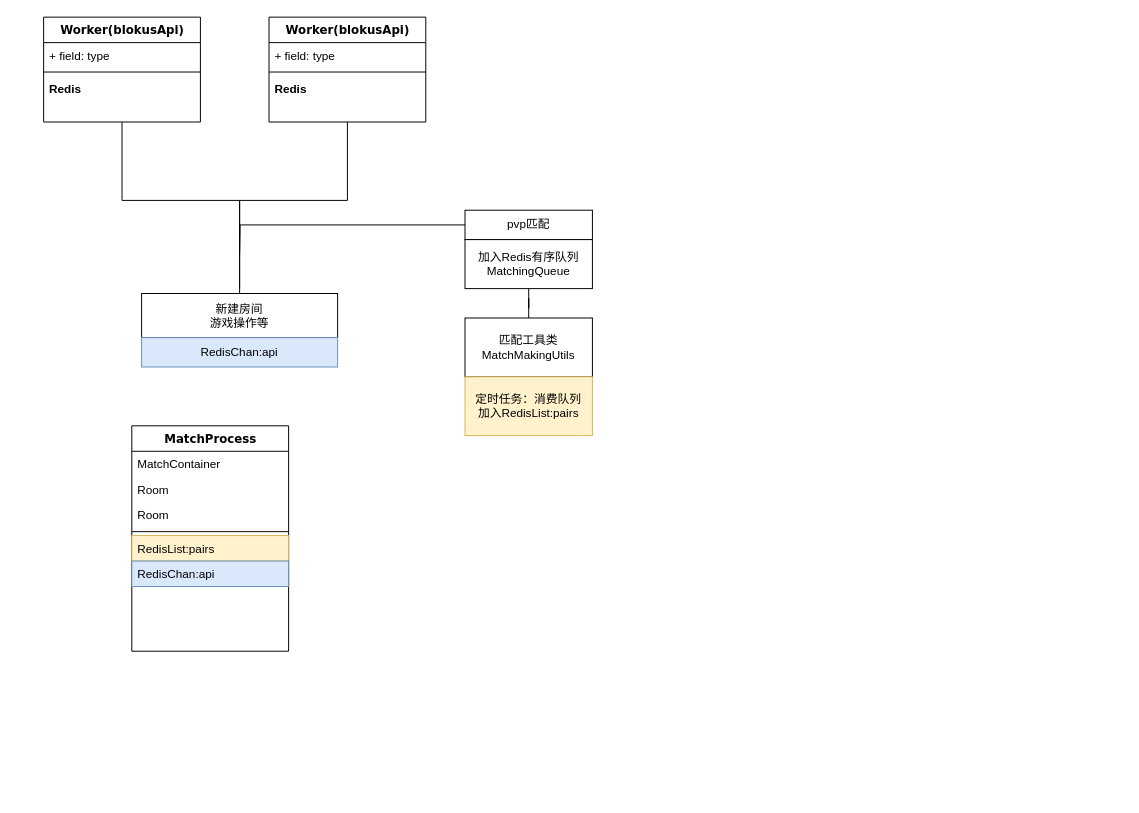
The draw.io diagram Untitled Diagram.drawio in GraciousVertex32/test, before the edit. Source tidied: cells renumbered, new cells numbered last; positions are measured from the earlier drawing's top-left corner, leaving out a move shared by most shapes. Both pictures are drawn from the tidied source at 98%, with x=0, y=0 at pixel (43, 17).
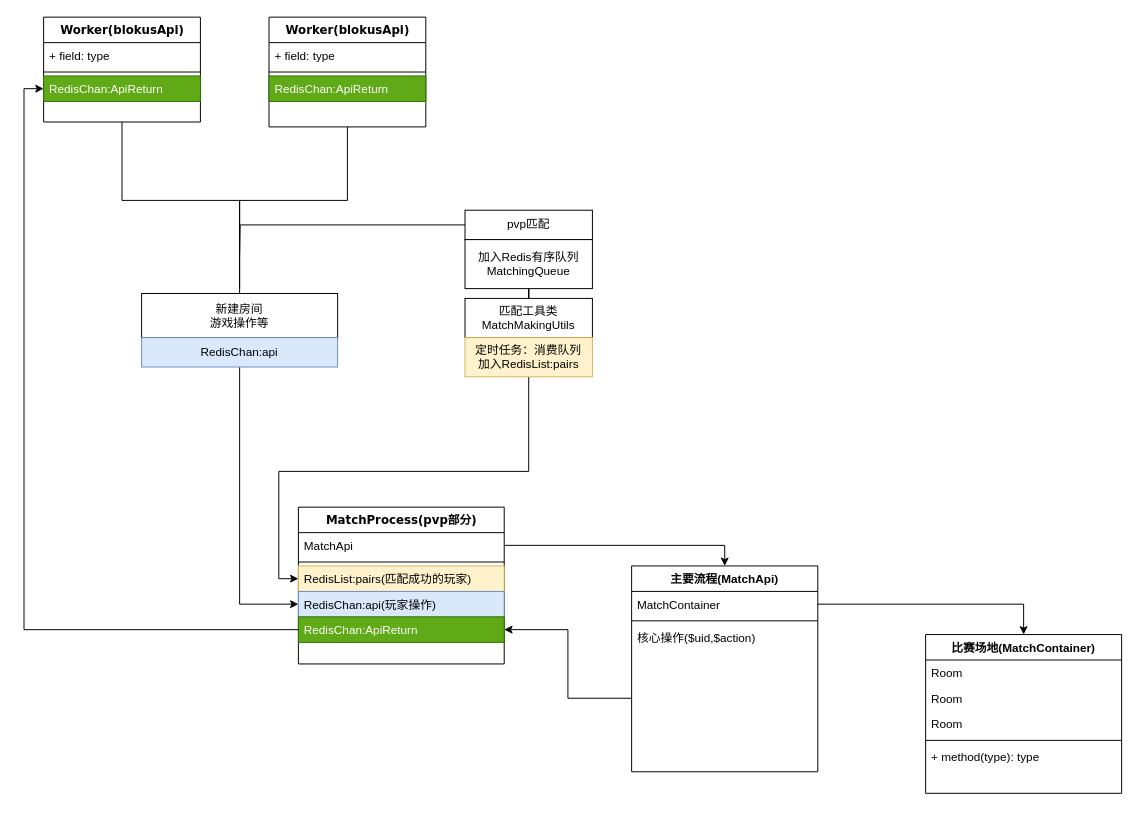
The same diagram, later.

The change refers to these unchanged cells:
```xml
<mxCell id="3" value="Worker(blokusApi)" style="swimlane;html=1;fontStyle=1;align=center;verticalAlign=top;horizontal=1;startSize=26;swimlaneFillColor=#ffffff;rounded=0;shadow=0;comic=0;labelBackgroundColor=none;strokeWidth=1;fillColor=none;fontFamily=Verdana;fontSize=12;" parent="1" vertex="1">
  <mxGeometry width="160" height="107" as="geometry" />
</mxCell>
<mxCell id="20" value="RedisChan:api" style="rounded=0;whiteSpace=wrap;html=1;fillColor=#dae8fc;strokeColor=#6c8ebf;" parent="1" vertex="1">
  <mxGeometry x="100" y="327" width="200" height="30" as="geometry" />
</mxCell>
```

Change to the diagram source:
```diff
@@
-    <mxCell id="6" value="&lt;b&gt;Redis&lt;/b&gt;&amp;nbsp;" style="text;html=1;strokeColor=none;fillColor=none;align=left;verticalAlign=top;spacingLeft=4;spacingRight=4;whiteSpace=wrap;overflow=hidden;points=[[0,0.5],[1,0.5]];portConstraint=eastwest;" parent="3" vertex="1">
+    <mxCell id="6" value="RedisChan:ApiReturn" style="text;html=1;strokeColor=#2D7600;fillColor=#60a917;align=left;verticalAlign=top;spacingLeft=4;spacingRight=4;whiteSpace=wrap;overflow=hidden;points=[[0,0.5],[1,0.5]];portConstraint=eastwest;fontColor=#ffffff;" parent="3" vertex="1">
       <mxGeometry y="60" width="160" height="26" as="geometry" />
     </mxCell>
-    <mxCell id="7" value="MatchProcess" style="swimlane;html=1;fontStyle=1;align=center;verticalAlign=top;horizontal=1;startSize=26;swimlaneFillColor=#ffffff;rounded=0;shadow=0;comic=0;labelBackgroundColor=none;strokeWidth=1;fillColor=none;fontFamily=Verdana;fontSize=12;" parent="1" vertex="1">
-      <mxGeometry x="90" y="417" width="160" height="230" as="geometry" />
+    <mxCell id="7" value="MatchProcess(pvp部分)" style="swimlane;html=1;fontStyle=1;align=center;verticalAlign=top;horizontal=1;startSize=26;swimlaneFillColor=#ffffff;rounded=0;shadow=0;comic=0;labelBackgroundColor=none;strokeWidth=1;fillColor=none;fontFamily=Verdana;fontSize=12;" parent="1" vertex="1">
+      <mxGeometry x="260" y="500" width="210" height="160" as="geometry" />
     </mxCell>
-    <mxCell id="8" value="MatchContainer" style="text;html=1;strokeColor=none;fillColor=none;align=left;verticalAlign=top;spacingLeft=4;spacingRight=4;whiteSpace=wrap;overflow=hidden;points=[[0,0.5],[1,0.5]];portConstraint=eastwest;" parent="7" vertex="1">
-      <mxGeometry y="26" width="160" height="26" as="geometry" />
+    <mxCell id="8" value="MatchApi" style="text;html=1;strokeColor=none;fillColor=none;align=left;verticalAlign=top;spacingLeft=4;spacingRight=4;whiteSpace=wrap;overflow=hidden;points=[[0,0.5],[1,0.5]];portConstraint=eastwest;" parent="7" vertex="1">
+      <mxGeometry y="26" width="210" height="26" as="geometry" />
     </mxCell>
-    <mxCell id="9" value="Room" style="text;html=1;strokeColor=none;fillColor=none;align=left;verticalAlign=top;spacingLeft=4;spacingRight=4;whiteSpace=wrap;overflow=hidden;" parent="7" vertex="1">
-      <mxGeometry y="52" width="160" height="26" as="geometry" />
-    </mxCell>
-    <mxCell id="10" value="Room" style="text;html=1;strokeColor=none;fillColor=none;align=left;verticalAlign=top;spacingLeft=4;spacingRight=4;whiteSpace=wrap;overflow=hidden;" parent="7" vertex="1">
-      <mxGeometry y="78" width="160" height="26" as="geometry" />
-    </mxCell>
     <mxCell id="11" style="line;html=1;strokeWidth=1;fillColor=none;align=left;verticalAlign=middle;spacingTop=-1;spacingLeft=3;spacingRight=3;labelPosition=right;" parent="7" vertex="1">
-      <mxGeometry y="104" width="160" height="8" as="geometry" />
+      <mxGeometry y="52" width="210" height="8" as="geometry" />
     </mxCell>
-    <mxCell id="12" value="RedisList:pairs" style="text;html=1;strokeColor=#d6b656;fillColor=#fff2cc;align=left;verticalAlign=top;spacingLeft=4;spacingRight=4;whiteSpace=wrap;overflow=hidden;points=[[0,0.5],[1,0.5]];portConstraint=eastwest;" parent="7" vertex="1">
-      <mxGeometry y="112" width="160" height="26" as="geometry" />
+    <mxCell id="12" value="RedisList:pairs(匹配成功的玩家)" style="text;html=1;strokeColor=#d6b656;fillColor=#fff2cc;align=left;verticalAlign=top;spacingLeft=4;spacingRight=4;whiteSpace=wrap;overflow=hidden;points=[[0,0.5],[1,0.5]];portConstraint=eastwest;" parent="7" vertex="1">
+      <mxGeometry y="60" width="210" height="26" as="geometry" />
     </mxCell>
-    <mxCell id="13" value="RedisChan:api" style="text;html=1;strokeColor=#6c8ebf;fillColor=#dae8fc;align=left;verticalAlign=top;spacingLeft=4;spacingRight=4;whiteSpace=wrap;overflow=hidden;points=[[0,0.5],[1,0.5]];portConstraint=eastwest;" parent="7" vertex="1">
-      <mxGeometry y="138" width="160" height="26" as="geometry" />
+    <mxCell id="13" value="RedisChan:api(玩家操作)" style="text;html=1;strokeColor=#6c8ebf;fillColor=#dae8fc;align=left;verticalAlign=top;spacingLeft=4;spacingRight=4;whiteSpace=wrap;overflow=hidden;points=[[0,0.5],[1,0.5]];portConstraint=eastwest;" parent="7" vertex="1">
+      <mxGeometry y="86" width="210" height="26" as="geometry" />
     </mxCell>
+    <mxCell id="27" value="&lt;span style=&quot;color: rgb(255 , 255 , 255)&quot;&gt;RedisChan:ApiReturn&lt;/span&gt;" style="text;html=1;strokeColor=#2D7600;fillColor=#60a917;align=left;verticalAlign=top;spacingLeft=4;spacingRight=4;whiteSpace=wrap;overflow=hidden;points=[[0,0.5],[1,0.5]];portConstraint=eastwest;fontColor=#ffffff;" parent="7" vertex="1">
+      <mxGeometry y="112" width="210" height="26" as="geometry" />
+    </mxCell>
@@
     <mxCell id="16" value="Worker(blokusApi)" style="swimlane;html=1;fontStyle=1;align=center;verticalAlign=top;horizontal=1;startSize=26;swimlaneFillColor=#ffffff;rounded=0;shadow=0;comic=0;labelBackgroundColor=none;strokeWidth=1;fillColor=none;fontFamily=Verdana;fontSize=12;" parent="1" vertex="1">
-      <mxGeometry x="230" width="160" height="107" as="geometry" />
+      <mxGeometry x="230" width="160" height="112" as="geometry" />
     </mxCell>
@@
-    <mxCell id="19" value="&lt;b&gt;Redis&lt;/b&gt;&amp;nbsp;" style="text;html=1;strokeColor=none;fillColor=none;align=left;verticalAlign=top;spacingLeft=4;spacingRight=4;whiteSpace=wrap;overflow=hidden;" parent="16" vertex="1">
-      <mxGeometry y="60" width="160" height="26" as="geometry" />
-    </mxCell>
+    <mxCell id="28" value="RedisChan:ApiReturn" style="text;html=1;strokeColor=#2D7600;fillColor=#60a917;align=left;verticalAlign=top;spacingLeft=4;spacingRight=4;whiteSpace=wrap;overflow=hidden;fontColor=#ffffff;" parent="16" vertex="1">
+      <mxGeometry y="60" width="160" height="26" as="geometry" />
+    </mxCell>
+    <mxCell id="29" style="edgeStyle=orthogonalEdgeStyle;rounded=0;jettySize=auto;html=1;entryX=0;entryY=0.5;entryDx=0;entryDy=0;endArrow=classic;endFill=1;" parent="1" edge="1" source="20" target="13">
+      <mxGeometry relative="1" as="geometry" />
+    </mxCell>
@@
     <mxCell id="25" value="匹配工具类&lt;br&gt;MatchMakingUtils" style="rounded=0;whiteSpace=wrap;html=1;" parent="1" vertex="1">
-      <mxGeometry x="430" y="307" width="130" height="60" as="geometry" />
+      <mxGeometry x="430" y="287" width="130" height="40" as="geometry" />
     </mxCell>
+    <mxCell id="30" style="edgeStyle=orthogonalEdgeStyle;rounded=0;jettySize=auto;html=1;entryX=0;entryY=0.5;entryDx=0;entryDy=0;endArrow=classic;endFill=1;" parent="1" edge="1" source="26" target="12">
+      <mxGeometry relative="1" as="geometry" />
+    </mxCell>
     <mxCell id="26" value="定时任务：消费队列&lt;br&gt;加入RedisList:pairs" style="rounded=0;whiteSpace=wrap;html=1;fillColor=#fff2cc;strokeColor=#d6b656;" parent="1" vertex="1">
-      <mxGeometry x="430" y="367" width="130" height="60" as="geometry" />
+      <mxGeometry x="430" y="327" width="130" height="40" as="geometry" />
     </mxCell>
+    <mxCell id="31" value="主要流程(MatchApi)" style="swimlane;fontStyle=1;align=center;verticalAlign=top;horizontal=1;startSize=26;" parent="1" vertex="1">
+      <mxGeometry x="600" y="560" width="190" height="210" as="geometry" />
+    </mxCell>
+    <mxCell id="32" value="MatchContainer" style="text;strokeColor=none;fillColor=none;align=left;verticalAlign=top;spacingLeft=4;spacingRight=4;overflow=hidden;points=[[0,0.5],[1,0.5]];portConstraint=eastwest;" parent="31" vertex="1">
+      <mxGeometry y="26" width="190" height="26" as="geometry" />
+    </mxCell>
+    <mxCell id="33" style="line;strokeWidth=1;fillColor=none;align=left;verticalAlign=middle;spacingTop=-1;spacingLeft=3;spacingRight=3;labelPosition=right;" parent="31" vertex="1">
+      <mxGeometry y="52" width="190" height="8" as="geometry" />
+    </mxCell>
+    <mxCell id="34" value="核心操作($uid,$action)" style="text;strokeColor=none;fillColor=none;align=left;verticalAlign=top;spacingLeft=4;spacingRight=4;overflow=hidden;points=[[0,0.5],[1,0.5]];portConstraint=eastwest;" parent="31" vertex="1">
+      <mxGeometry y="60" width="190" height="150" as="geometry" />
+    </mxCell>
+    <mxCell id="35" value="比赛场地(MatchContainer)" style="swimlane;fontStyle=1;align=center;verticalAlign=top;horizontal=1;startSize=26;" parent="1" vertex="1">
+      <mxGeometry x="900" y="630" width="200" height="162" as="geometry" />
+    </mxCell>
+    <mxCell id="36" value="Room" style="text;strokeColor=none;fillColor=none;align=left;verticalAlign=top;spacingLeft=4;spacingRight=4;overflow=hidden;" parent="35" vertex="1">
+      <mxGeometry y="26" width="200" height="26" as="geometry" />
+    </mxCell>
+    <mxCell id="37" value="Room" style="text;strokeColor=none;fillColor=none;align=left;verticalAlign=top;spacingLeft=4;spacingRight=4;overflow=hidden;" parent="35" vertex="1">
+      <mxGeometry y="52" width="200" height="26" as="geometry" />
+    </mxCell>
+    <mxCell id="38" value="Room" style="text;strokeColor=none;fillColor=none;align=left;verticalAlign=top;spacingLeft=4;spacingRight=4;overflow=hidden;" parent="35" vertex="1">
+      <mxGeometry y="78" width="200" height="26" as="geometry" />
+    </mxCell>
+    <mxCell id="39" style="line;strokeWidth=1;fillColor=none;align=left;verticalAlign=middle;spacingTop=-1;spacingLeft=3;spacingRight=3;labelPosition=right;" parent="35" vertex="1">
+      <mxGeometry y="104" width="200" height="8" as="geometry" />
+    </mxCell>
+    <mxCell id="40" value="+ method(type): type" style="text;strokeColor=none;fillColor=none;align=left;verticalAlign=top;spacingLeft=4;spacingRight=4;overflow=hidden;" parent="35" vertex="1">
+      <mxGeometry y="112" width="200" height="50" as="geometry" />
+    </mxCell>
+    <mxCell id="41" style="edgeStyle=orthogonalEdgeStyle;rounded=0;jettySize=auto;html=1;entryX=0;entryY=0.5;entryDx=0;entryDy=0;endArrow=classic;endFill=1;" parent="1" edge="1" source="27" target="6">
+      <mxGeometry relative="1" as="geometry" />
+    </mxCell>
+    <mxCell id="42" style="edgeStyle=orthogonalEdgeStyle;rounded=0;jettySize=auto;html=1;entryX=1;entryY=0.5;entryDx=0;entryDy=0;endArrow=classic;endFill=1;" parent="1" edge="1" source="34" target="27">
+      <mxGeometry relative="1" as="geometry" />
+    </mxCell>
+    <mxCell id="43" style="edgeStyle=orthogonalEdgeStyle;rounded=0;jettySize=auto;html=1;entryX=0.5;entryY=0;entryDx=0;entryDy=0;endArrow=classic;endFill=1;" parent="1" edge="1" source="32" target="35">
+      <mxGeometry relative="1" as="geometry" />
+    </mxCell>
+    <mxCell id="44" style="edgeStyle=orthogonalEdgeStyle;rounded=0;jettySize=auto;html=1;entryX=0.5;entryY=0;entryDx=0;entryDy=0;endArrow=classic;endFill=1;" parent="1" edge="1" source="8" target="31">
+      <mxGeometry relative="1" as="geometry" />
+    </mxCell>
```
